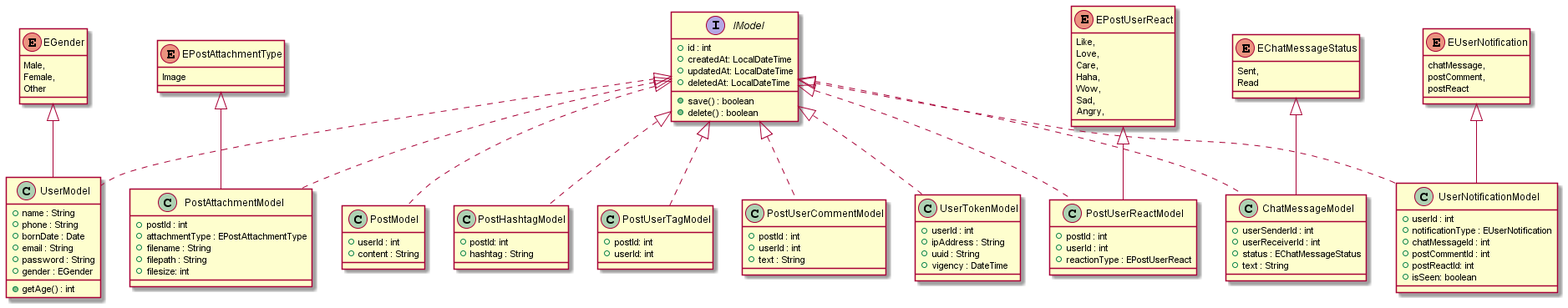
ArquitecturaSWITSON082021/FacebootClient keeps this PlantUML diagram as uml/models.png. Above is the earlier version. Its diagram source:
```plantuml
@startuml


interface IModel {
    + id : int
    + createdAt: LocalDateTime
    + updatedAt: LocalDateTime
    + deletedAt: LocalDateTime

    + save() : boolean
    + delete() : boolean
}

enum EGender {
    Male,
    Female,
    Other
}

class UserModel implements IModel {
    + name : String
    + phone : String
    + bornDate : Date
    + email : String
    + password : String
    + gender : EGender
    + getAge() : int
}

EGender <|-- UserModel


class PostModel implements IModel {
    + userId : int
    + content : String
}

enum EPostAttachmentType {
    Image
}

class PostAttachmentModel implements IModel {
    + postId : int
    + attachmentType : EPostAttachmentType
    + filename : String
    + filepath : String
    + filesize: int
}

EPostAttachmentType <|-- PostAttachmentModel


class PostHashtagModel implements IModel {
    + postId: int
    + hashtag : String
}

class PostUserTagModel implements IModel {
    + postId: int
    + userId: int
}

enum EPostUserReact {
    Like,
    Love,
    Care,
    Haha,
    Wow,
    Sad,
    Angry,
}

class PostUserReactModel implements IModel {
    + postId : int
    + userId : int
    + reactionType : EPostUserReact
}

EPostUserReact <|-- PostUserReactModel

class PostUserCommentModel implements IModel {
    + postId : int
    + userId : int
    + text : String
}

enum EChatMessageStatus {
    Sent,
    Read
}

class ChatMessageModel implements IModel {
    + userSenderId : int
    + userReceiverId : int
    + status : EChatMessageStatus
    + text : String
}

EChatMessageStatus <|-- ChatMessageModel

class UserTokenModel implements IModel {
    + userId : int
    + ipAddress : String
    + uuid : String
    + vigency : DateTime
}

enum EUserNotification {
    chatMessage,
    postComment,
    postReact
}

class UserNotificationModel implements IModel {
    + userId : int
    + notificationType : EUserNotification
    + chatMessageId : int
    + postCommentId : int
    + postReactId: int
    + isSeen: boolean
}

EUserNotification <|-- UserNotificationModel


@enduml
```
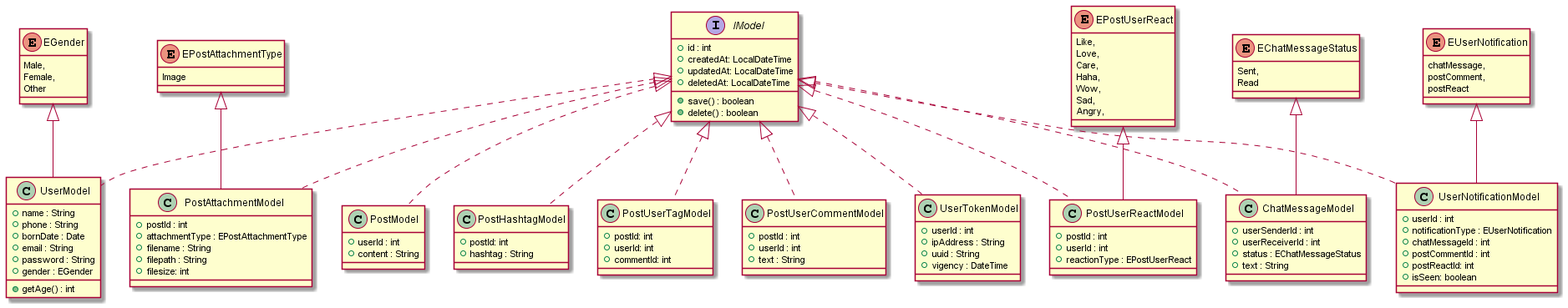
The same file after the commit.

Commit message:
Correcciones modelos, para etiquetar en comentarios

The edit, as a diff of the source:
```diff
@@ -58,6 +58,7 @@
 class PostUserTagModel implements IModel {
     + postId: int
     + userId: int
+    + commentId: int
 }
 
 enum EPostUserReact {
```
